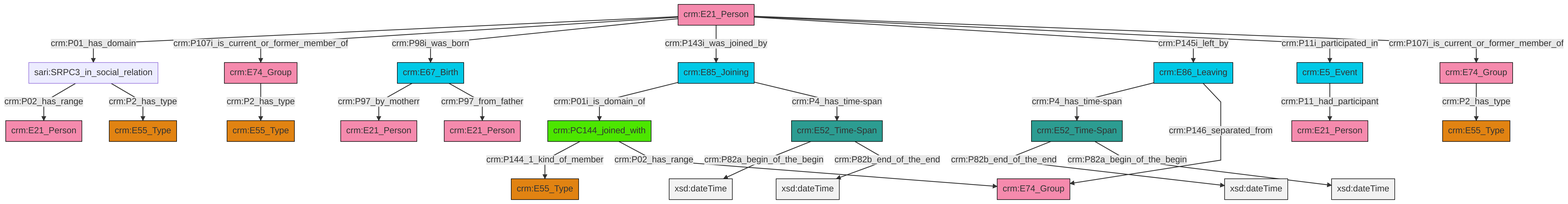
Above: et/personCSV/ttl/mmd/png/Person_Actor_Relations.png in swiss-art-research-net/docs.swissartresearch (Mermaid), before the change. Its source is kept beside it as et/personCSV/ttl/mmd/Person_Actor_Relations.ttl.mmd.
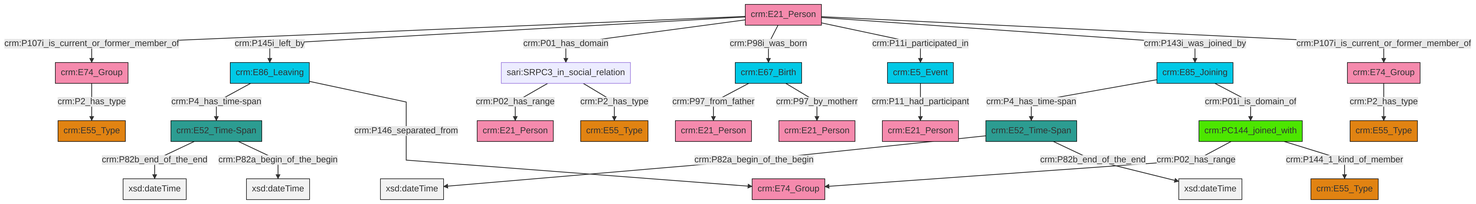
The same file after the commit.

Diff of the diagram source:
```diff
@@ -13,27 +13,27 @@
 classDef PC_Classes fill:#4ce600, stroke:#000000;
 classDef Multi fill:#cccccc,stroke:#000000;
 
-8["crm:E52_Time-Span"]:::Time-Span -->|crm:P82a_begin_of_the_begin| 9[xsd:dateTime]:::Literal
-0["crm:E85_Joining"]:::Temporal_Entity -->|crm:P01i_is_domain_of| 10["crm:PC144_joined_with"]:::PC_Classes
-11["crm:E67_Birth"]:::Temporal_Entity -->|crm:P97_by_motherr| 12["crm:E21_Person"]:::Actor
-11["crm:E67_Birth"]:::Temporal_Entity -->|crm:P97_from_father| 13["crm:E21_Person"]:::Actor
-18["crm:E21_Person"]:::Actor -->|crm:P01_has_domain| 16["sari:SRPC3_in_social_relation"]:::Default
-20["crm:E74_Group"]:::Actor -->|crm:P2_has_type| 21["crm:E55_Type"]:::Type
-18["crm:E21_Person"]:::Actor -->|crm:P107i_is_current_or_former_member_of| 2["crm:E74_Group"]:::Actor
-22["crm:E86_Leaving"]:::Temporal_Entity -->|crm:P4_has_time-span| 23["crm:E52_Time-Span"]:::Time-Span
-8["crm:E52_Time-Span"]:::Time-Span -->|crm:P82b_end_of_the_end| 26[xsd:dateTime]:::Literal
-2["crm:E74_Group"]:::Actor -->|crm:P2_has_type| 4["crm:E55_Type"]:::Type
-23["crm:E52_Time-Span"]:::Time-Span -->|crm:P82b_end_of_the_end| 27[xsd:dateTime]:::Literal
-22["crm:E86_Leaving"]:::Temporal_Entity -->|crm:P146_separated_from| 32["crm:E74_Group"]:::Actor
-10["crm:PC144_joined_with"]:::PC_Classes -->|crm:P144_1_kind_of_member| 35["crm:E55_Type"]:::Type
-16["sari:SRPC3_in_social_relation"]:::Default -->|crm:P02_has_range| 28["crm:E21_Person"]:::Actor
-18["crm:E21_Person"]:::Actor -->|crm:P98i_was_born| 11["crm:E67_Birth"]:::Temporal_Entity
-16["sari:SRPC3_in_social_relation"]:::Default -->|crm:P2_has_type| 14["crm:E55_Type"]:::Type
-23["crm:E52_Time-Span"]:::Time-Span -->|crm:P82a_begin_of_the_begin| 40[xsd:dateTime]:::Literal
-0["crm:E85_Joining"]:::Temporal_Entity -->|crm:P4_has_time-span| 8["crm:E52_Time-Span"]:::Time-Span
-18["crm:E21_Person"]:::Actor -->|crm:P143i_was_joined_by| 0["crm:E85_Joining"]:::Temporal_Entity
-10["crm:PC144_joined_with"]:::PC_Classes -->|crm:P02_has_range| 32["crm:E74_Group"]:::Actor
-18["crm:E21_Person"]:::Actor -->|crm:P145i_left_by| 22["crm:E86_Leaving"]:::Temporal_Entity
-6["crm:E5_Event"]:::Temporal_Entity -->|crm:P11_had_participant| 42["crm:E21_Person"]:::Actor
-18["crm:E21_Person"]:::Actor -->|crm:P11i_participated_in| 6["crm:E5_Event"]:::Temporal_Entity
-18["crm:E21_Person"]:::Actor -->|crm:P107i_is_current_or_former_member_of| 20["crm:E74_Group"]:::Actor
+4["sari:SRPC3_in_social_relation"]:::Default -->|crm:P02_has_range| 5["crm:E21_Person"]:::Actor
+6["crm:E21_Person"]:::Actor -->|crm:P107i_is_current_or_former_member_of| 7["crm:E74_Group"]:::Actor
+6["crm:E21_Person"]:::Actor -->|crm:P145i_left_by| 8["crm:E86_Leaving"]:::Temporal_Entity
+0["crm:E52_Time-Span"]:::Time-Span -->|crm:P82a_begin_of_the_begin| 9[xsd:dateTime]:::Literal
+12["crm:PC144_joined_with"]:::PC_Classes -->|crm:P02_has_range| 10["crm:E74_Group"]:::Actor
+15["crm:E67_Birth"]:::Temporal_Entity -->|crm:P97_from_father| 16["crm:E21_Person"]:::Actor
+8["crm:E86_Leaving"]:::Temporal_Entity -->|crm:P4_has_time-span| 17["crm:E52_Time-Span"]:::Time-Span
+4["sari:SRPC3_in_social_relation"]:::Default -->|crm:P2_has_type| 18["crm:E55_Type"]:::Type
+17["crm:E52_Time-Span"]:::Time-Span -->|crm:P82b_end_of_the_end| 22[xsd:dateTime]:::Literal
+23["crm:E85_Joining"]:::Temporal_Entity -->|crm:P4_has_time-span| 0["crm:E52_Time-Span"]:::Time-Span
+6["crm:E21_Person"]:::Actor -->|crm:P01_has_domain| 4["sari:SRPC3_in_social_relation"]:::Default
+6["crm:E21_Person"]:::Actor -->|crm:P98i_was_born| 15["crm:E67_Birth"]:::Temporal_Entity
+6["crm:E21_Person"]:::Actor -->|crm:P11i_participated_in| 25["crm:E5_Event"]:::Temporal_Entity
+6["crm:E21_Person"]:::Actor -->|crm:P143i_was_joined_by| 23["crm:E85_Joining"]:::Temporal_Entity
+7["crm:E74_Group"]:::Actor -->|crm:P2_has_type| 13["crm:E55_Type"]:::Type
+25["crm:E5_Event"]:::Temporal_Entity -->|crm:P11_had_participant| 2["crm:E21_Person"]:::Actor
+17["crm:E52_Time-Span"]:::Time-Span -->|crm:P82a_begin_of_the_begin| 31[xsd:dateTime]:::Literal
+12["crm:PC144_joined_with"]:::PC_Classes -->|crm:P144_1_kind_of_member| 28["crm:E55_Type"]:::Type
+0["crm:E52_Time-Span"]:::Time-Span -->|crm:P82b_end_of_the_end| 33[xsd:dateTime]:::Literal
+39["crm:E74_Group"]:::Actor -->|crm:P2_has_type| 19["crm:E55_Type"]:::Type
+23["crm:E85_Joining"]:::Temporal_Entity -->|crm:P01i_is_domain_of| 12["crm:PC144_joined_with"]:::PC_Classes
+8["crm:E86_Leaving"]:::Temporal_Entity -->|crm:P146_separated_from| 10["crm:E74_Group"]:::Actor
+6["crm:E21_Person"]:::Actor -->|crm:P107i_is_current_or_former_member_of| 39["crm:E74_Group"]:::Actor
+15["crm:E67_Birth"]:::Temporal_Entity -->|crm:P97_by_motherr| 40["crm:E21_Person"]:::Actor
```
